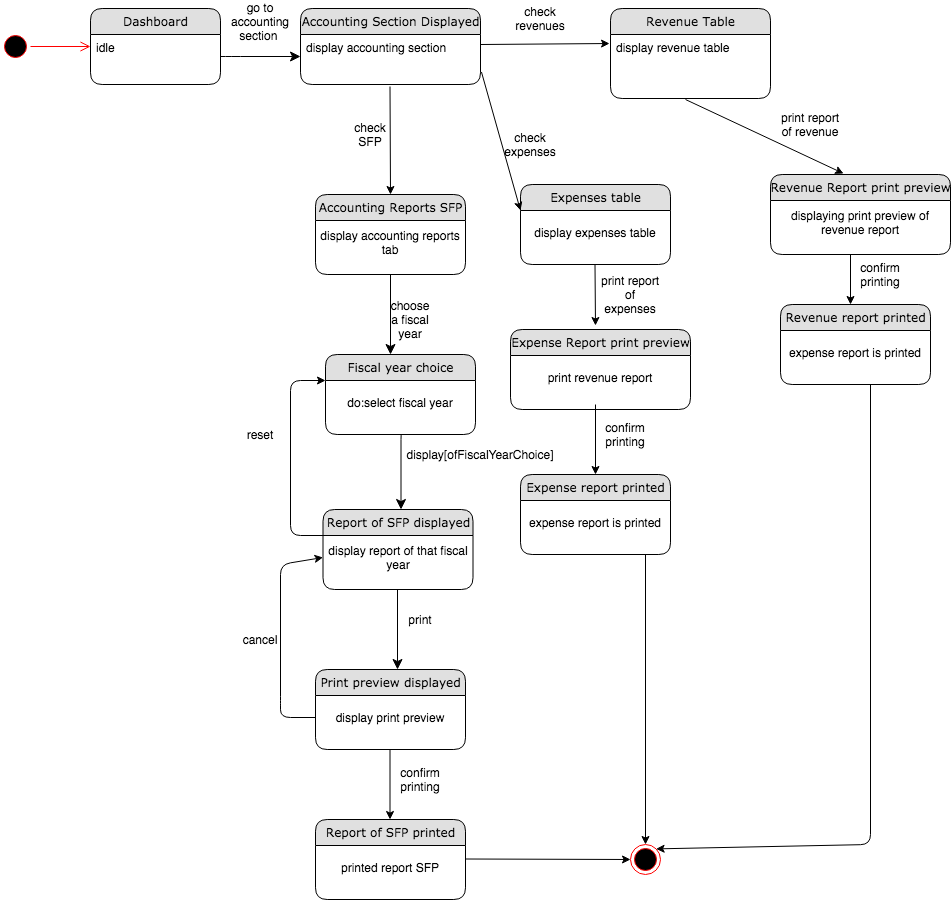
The draw.io diagram Diagrams/State Chart Diagrams FINAL/ST_21_22_24_25 VIEW PRINT REVENUES,EXPENSE,ACCOUNTING REPORTS.png in kkasharaj17/SE-project, before a commit. Source tidied: cells renumbered, new cells last; positions are measured from the earlier drawing's top-left corner, leaving out a move shared by most shapes.
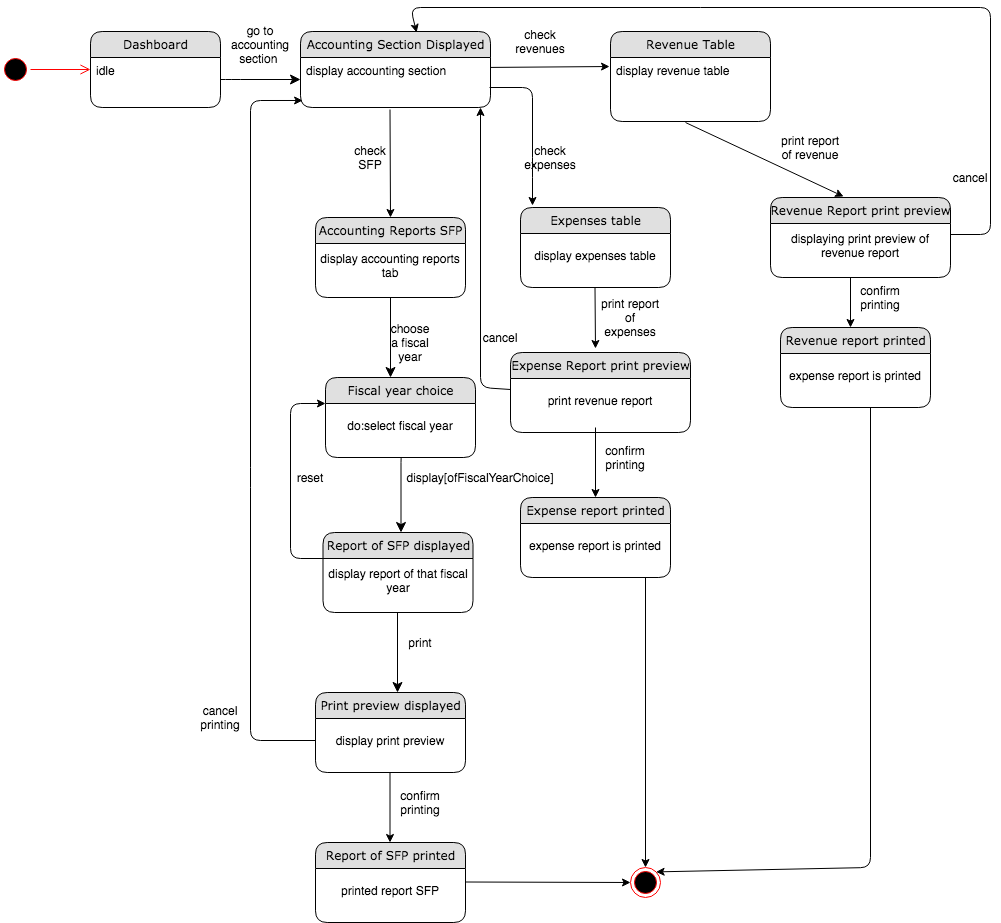
After the change.

Change to the diagram source:
```diff
@@ -39,10 +39,10 @@
       <mxGeometry y="26" width="130" height="22" as="geometry" />
     </mxCell>
     <mxCell id="11" value="Accounting Section Displayed" style="swimlane;html=1;fontStyle=0;horizontal=1;startSize=26;fillColor=#e0e0e0;swimlaneFillColor=#ffffff;align=center;rounded=1;shadow=0;comic=0;labelBackgroundColor=none;strokeWidth=1;fontFamily=Verdana;fontSize=12;" parent="1" vertex="1">
-      <mxGeometry x="300" width="180" height="76" as="geometry" />
+      <mxGeometry x="300" width="190" height="76" as="geometry" />
     </mxCell>
     <mxCell id="12" value="display accounting section" style="text;html=1;strokeColor=none;fillColor=none;spacingLeft=4;spacingRight=4;whiteSpace=wrap;overflow=hidden;points=[[0,0.5],[1,0.5]];portConstraint=eastwest;" parent="11" vertex="1">
-      <mxGeometry y="26" width="180" height="44" as="geometry" />
+      <mxGeometry y="26" width="190" height="44" as="geometry" />
     </mxCell>
     <mxCell id="13" value="Revenue Table" style="swimlane;html=1;fontStyle=0;horizontal=1;startSize=26;fillColor=#e0e0e0;swimlaneFillColor=#ffffff;align=center;rounded=1;shadow=0;comic=0;labelBackgroundColor=none;strokeWidth=1;fontFamily=Verdana;fontSize=12;" parent="1" vertex="1">
       <mxGeometry x="610" width="160" height="90" as="geometry" />
@@ -95,11 +95,14 @@
       <mxGeometry x="390" y="301" width="40" height="20" as="geometry" />
     </mxCell>
     <mxCell id="25" value="check expenses" style="text;html=1;strokeColor=none;fillColor=none;align=center;verticalAlign=middle;whiteSpace=wrap;rounded=0;" parent="1" vertex="1">
-      <mxGeometry x="510" y="126" width="40" height="20" as="geometry" />
+      <mxGeometry x="530" y="116" width="40" height="20" as="geometry" />
     </mxCell>
-    <mxCell id="26" style="endArrow=classic;html=1;entryX=0;entryY=0;entryDx=0;entryDy=0;" parent="1" edge="1" target="16">
+    <mxCell id="26" style="endArrow=classic;html=1;entryX=0.08;entryY=-0.025;entryDx=0;entryDy=0;entryPerimeter=0;exitX=0.995;exitY=0.682;exitDx=0;exitDy=0;exitPerimeter=0;" parent="1" edge="1" source="12" target="15">
       <mxGeometry relative="1" as="geometry">
-        <mxPoint x="481" y="63.5" as="sourcePoint" />
+        <Array as="points">
+          <mxPoint x="532" y="56" />
+          <mxPoint x="532" y="136" />
+        </Array>
       </mxGeometry>
     </mxCell>
     <mxCell id="27" value="print report of expenses" style="text;html=1;strokeColor=none;fillColor=none;align=center;verticalAlign=middle;whiteSpace=wrap;rounded=0;" parent="1" vertex="1">
@@ -213,7 +216,7 @@
       </mxGeometry>
     </mxCell>
     <mxCell id="56" value="reset" style="text;html=1;strokeColor=none;fillColor=none;align=center;verticalAlign=middle;whiteSpace=wrap;rounded=0;" parent="1" vertex="1">
-      <mxGeometry x="240" y="416" width="40" height="20" as="geometry" />
+      <mxGeometry x="290" y="436" width="40" height="20" as="geometry" />
     </mxCell>
     <mxCell id="57" style="endArrow=classic;html=1;entryX=0;entryY=0.5;entryDx=0;entryDy=0;" parent="1" edge="1" target="19">
       <mxGeometry relative="1" as="geometry">
@@ -233,17 +236,40 @@
         </Array>
       </mxGeometry>
     </mxCell>
-    <mxCell id="60" style="endArrow=classic;html=1;exitX=0;exitY=0.5;exitDx=0;exitDy=0;entryX=0;entryY=0.5;entryDx=0;entryDy=0;" parent="1" edge="1" source="38" target="36">
-      <mxGeometry relative="1" as="geometry">
-        <Array as="points">
-          <mxPoint x="280" y="709" />
-          <mxPoint x="280" y="693.5" />
-          <mxPoint x="280" y="556" />
-        </Array>
-      </mxGeometry>
-    </mxCell>
-    <mxCell id="61" value="cancel" style="text;html=1;strokeColor=none;fillColor=none;align=center;verticalAlign=middle;whiteSpace=wrap;rounded=0;" parent="1" vertex="1">
-      <mxGeometry x="240" y="621" width="40" height="20" as="geometry" />
-    </mxCell>
+    <mxCell id="62" style="endArrow=classic;html=1;exitX=0;exitY=0.5;exitDx=0;exitDy=0;entryX=0.011;entryY=0.977;entryDx=0;entryDy=0;entryPerimeter=0;" parent="1" edge="1" source="38" target="12">
+      <mxGeometry relative="1" as="geometry">
+        <Array as="points">
+          <mxPoint x="250" y="709" />
+          <mxPoint x="250" y="446" />
+          <mxPoint x="250" y="69" />
+        </Array>
+      </mxGeometry>
+    </mxCell>
+    <mxCell id="63" value="cancel printing" style="text;html=1;strokeColor=none;fillColor=none;align=center;verticalAlign=middle;whiteSpace=wrap;rounded=0;" parent="1" vertex="1">
+      <mxGeometry x="200" y="676" width="40" height="20" as="geometry" />
+    </mxCell>
+    <mxCell id="64" style="endArrow=classic;html=1;exitX=0;exitY=0.25;exitDx=0;exitDy=0;" parent="1" edge="1" source="46">
+      <mxGeometry relative="1" as="geometry">
+        <mxPoint x="480" y="76" as="targetPoint" />
+        <Array as="points">
+          <mxPoint x="480" y="356" />
+        </Array>
+      </mxGeometry>
+    </mxCell>
+    <mxCell id="65" value="cancel" style="text;html=1;strokeColor=none;fillColor=none;align=center;verticalAlign=middle;whiteSpace=wrap;rounded=0;" parent="1" vertex="1">
+      <mxGeometry x="480" y="296" width="40" height="20" as="geometry" />
+    </mxCell>
+    <mxCell id="66" style="endArrow=classic;html=1;exitX=1;exitY=0.25;exitDx=0;exitDy=0;entryX=0.611;entryY=0.013;entryDx=0;entryDy=0;entryPerimeter=0;" parent="1" edge="1" source="18" target="11">
+      <mxGeometry relative="1" as="geometry">
+        <Array as="points">
+          <mxPoint x="990" y="203" />
+          <mxPoint x="990" y="-24" />
+          <mxPoint x="410" y="-24" />
+        </Array>
+      </mxGeometry>
+    </mxCell>
+    <mxCell id="67" value="cancel" style="text;html=1;strokeColor=none;fillColor=none;align=center;verticalAlign=middle;whiteSpace=wrap;rounded=0;" parent="1" vertex="1">
+      <mxGeometry x="940" y="136" width="60" height="20" as="geometry" />
+    </mxCell>
   </root>
 </mxGraphModel>
```
